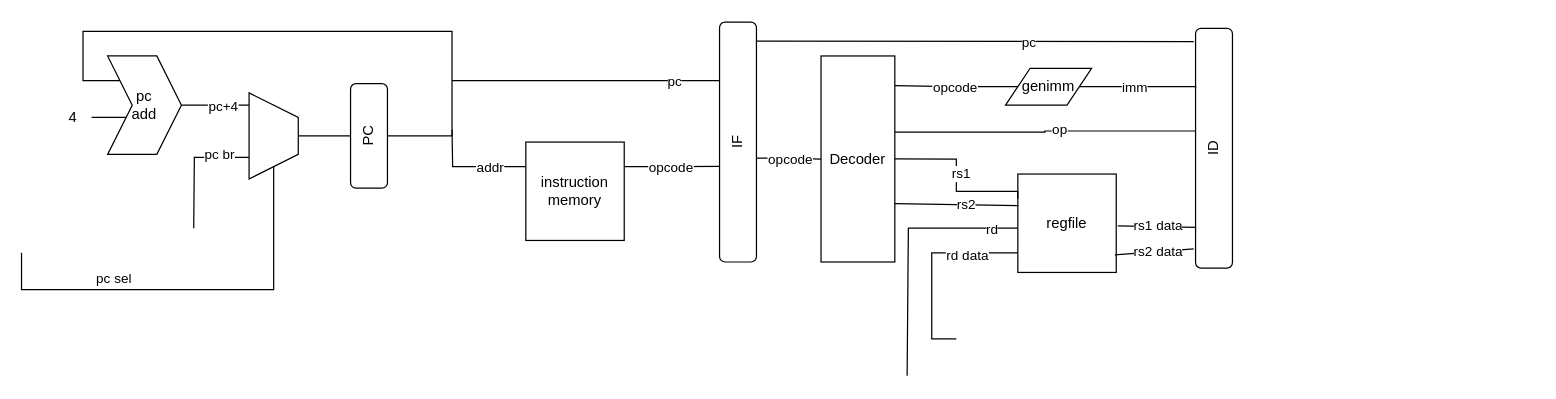
Above: pipeline.drawio in tomhaber/rvcpu (draw.io), before the change. Source tidied: cells renumbered, new cells numbered last; positions are measured from the earlier drawing's top-left corner, leaving out a move shared by most shapes. Both pictures are drawn from the tidied source at 123%, with x=0, y=0 at pixel (21, 31).
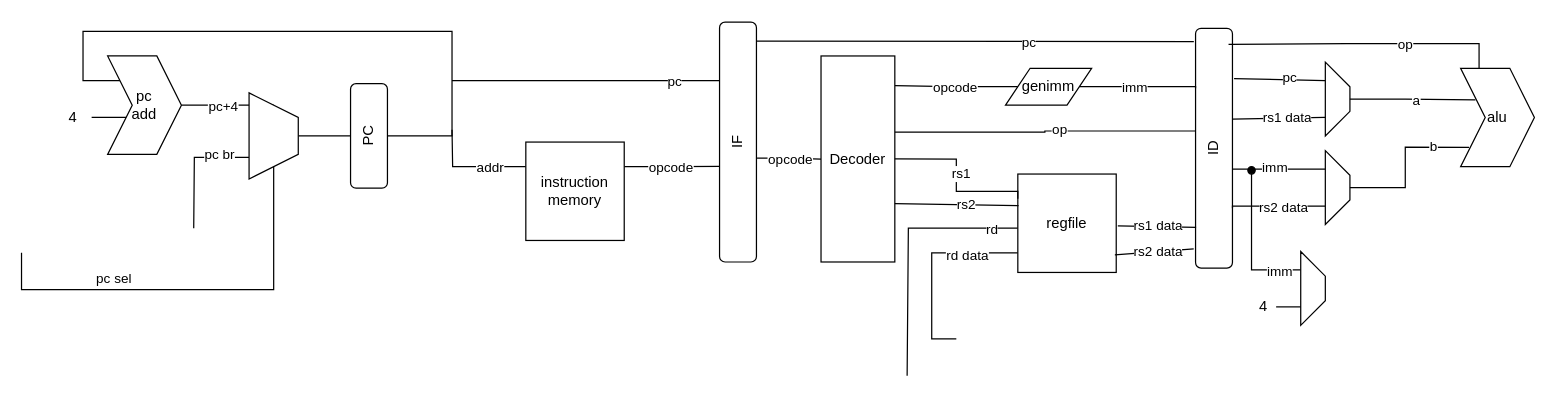
Above is the later version.

Commit message:
Update pipeline.drawio:alu start

Unchanged cells that the change refers to:
```xml
<mxCell id="37" value="ID" style="rounded=1;whiteSpace=wrap;html=1;rotation=-90;" parent="1" vertex="1">
  <mxGeometry x="872" y="80" width="195" height="30" as="geometry" />
</mxCell>
```

Change to the diagram source:
```diff
@@
+    <mxCell id="49" style="shape=trapezoid;perimeter=trapezoidPerimeter;whiteSpace=wrap;html=1;fixedSize=1;rotation=90;" parent="1" vertex="1">
+      <mxGeometry x="1040" y="45" width="60" height="20" as="geometry" />
+    </mxCell>
+    <mxCell id="50" style="endArrow=none;html=1;rounded=0;entryX=0.25;entryY=1;entryDx=0;entryDy=0;exitX=0.918;exitY=1.043;exitDx=0;exitDy=0;exitPerimeter=0;" parent="1" edge="1" target="49">
+      <mxGeometry relative="1" as="geometry">
+        <mxPoint x="985.8" y="38.5" as="sourcePoint" />
+      </mxGeometry>
+    </mxCell>
+    <mxCell id="51" value="pc" style="edgeLabel;html=1;align=center;verticalAlign=middle;" parent="50" vertex="1">
+      <mxGeometry x="0.22" y="2" relative="1" as="geometry" />
+    </mxCell>
+    <mxCell id="52" style="endArrow=none;html=1;rounded=0;entryX=0.75;entryY=1;entryDx=0;entryDy=0;exitX=0.75;exitY=1;exitDx=0;exitDy=0;" parent="1" edge="1" source="49">
+      <mxGeometry relative="1" as="geometry">
+        <mxPoint x="984.5" y="71.3" as="targetPoint" />
+      </mxGeometry>
+    </mxCell>
+    <mxCell id="53" value="rs1 data" style="edgeLabel;html=1;align=center;verticalAlign=middle;" parent="52" vertex="1">
+      <mxGeometry x="-0.15" y="1" relative="1" as="geometry">
+        <mxPoint y="-2" as="offset" />
+      </mxGeometry>
+    </mxCell>
+    <mxCell id="54" style="edgeStyle=orthogonalEdgeStyle;rounded=0;jettySize=auto;html=1;exitX=0.75;exitY=1;exitDx=0;exitDy=0;entryX=0.25;entryY=1;entryDx=0;entryDy=0;endArrow=none;endFill=0;" parent="1" edge="1" source="56" target="37">
+      <mxGeometry relative="1" as="geometry">
+        <Array as="points">
+          <mxPoint x="985" y="142" />
+        </Array>
+      </mxGeometry>
+    </mxCell>
+    <mxCell id="55" value="rs2 data" style="edgeLabel;html=1;align=center;verticalAlign=middle;" parent="54" vertex="1">
+      <mxGeometry x="-0.09" relative="1" as="geometry" />
+    </mxCell>
+    <mxCell id="56" style="shape=trapezoid;perimeter=trapezoidPerimeter;whiteSpace=wrap;html=1;fixedSize=1;rotation=90;" parent="1" vertex="1">
+      <mxGeometry x="1040" y="117" width="60" height="20" as="geometry" />
+    </mxCell>
+    <mxCell id="57" value="alu" style="shape=step;perimeter=stepPerimeter;whiteSpace=wrap;html=1;fixedSize=1;" parent="1" vertex="1">
+      <mxGeometry x="1170" y="30" width="60" height="80" as="geometry" />
+    </mxCell>
+    <mxCell id="58" style="edgeStyle=orthogonalEdgeStyle;rounded=0;jettySize=auto;html=1;exitX=0.25;exitY=0;exitDx=0;exitDy=0;entryX=0.933;entryY=0.894;entryDx=0;entryDy=0;entryPerimeter=0;endArrow=none;endFill=0;" parent="1" edge="1" source="57" target="37">
+      <mxGeometry relative="1" as="geometry" />
+    </mxCell>
+    <mxCell id="59" value="op" style="edgeLabel;html=1;align=center;verticalAlign=middle;" parent="58" vertex="1">
+      <mxGeometry x="-0.28" y="3" relative="1" as="geometry">
+        <mxPoint y="-3" as="offset" />
+      </mxGeometry>
+    </mxCell>
+    <mxCell id="60" style="edgeStyle=orthogonalEdgeStyle;rounded=0;jettySize=auto;html=1;exitX=0.5;exitY=0;exitDx=0;exitDy=0;entryX=0.201;entryY=0.321;entryDx=0;entryDy=0;entryPerimeter=0;endArrow=none;endFill=0;" parent="1" edge="1" source="49" target="57">
+      <mxGeometry relative="1" as="geometry" />
+    </mxCell>
+    <mxCell id="61" value="a" style="edgeLabel;html=1;align=center;verticalAlign=middle;" parent="60" vertex="1">
+      <mxGeometry x="0.05" relative="1" as="geometry" />
+    </mxCell>
+    <mxCell id="62" style="edgeStyle=orthogonalEdgeStyle;rounded=0;jettySize=auto;html=1;exitX=0.5;exitY=0;exitDx=0;exitDy=0;entryX=0.115;entryY=0.803;entryDx=0;entryDy=0;entryPerimeter=0;endArrow=none;endFill=0;" parent="1" edge="1" source="56" target="57">
+      <mxGeometry relative="1" as="geometry" />
+    </mxCell>
+    <mxCell id="63" value="b" style="edgeLabel;html=1;align=center;verticalAlign=middle;" parent="62" vertex="1">
+      <mxGeometry x="0.54" y="1" relative="1" as="geometry" />
+    </mxCell>
+    <mxCell id="64" style="edgeStyle=orthogonalEdgeStyle;rounded=0;jettySize=auto;html=1;exitX=0.25;exitY=1;exitDx=0;exitDy=0;entryX=0.413;entryY=0.993;entryDx=0;entryDy=0;entryPerimeter=0;endArrow=none;endFill=0;" parent="1" edge="1" source="56" target="37">
+      <mxGeometry relative="1" as="geometry" />
+    </mxCell>
+    <mxCell id="65" value="imm" style="edgeLabel;html=1;align=center;verticalAlign=middle;" parent="64" vertex="1">
+      <mxGeometry x="0.1" y="-1" relative="1" as="geometry" />
+    </mxCell>
+    <mxCell id="66" style="edgeStyle=orthogonalEdgeStyle;rounded=0;jettySize=auto;html=1;exitX=0.25;exitY=1;exitDx=0;exitDy=0;endArrow=oval;endFill=1;" parent="1" edge="1" source="68">
+      <mxGeometry relative="1" as="geometry">
+        <mxPoint x="1000" y="113" as="targetPoint" />
+        <Array as="points">
+          <mxPoint x="1000" y="194" />
+          <mxPoint x="1000" y="113" />
+        </Array>
+      </mxGeometry>
+    </mxCell>
+    <mxCell id="67" value="imm" style="edgeLabel;html=1;align=center;verticalAlign=middle;" parent="66" vertex="1">
+      <mxGeometry x="-0.76" y="4" relative="1" as="geometry">
+        <mxPoint x="-3" y="-4" as="offset" />
+      </mxGeometry>
+    </mxCell>
+    <mxCell id="68" style="shape=trapezoid;perimeter=trapezoidPerimeter;whiteSpace=wrap;html=1;fixedSize=1;rotation=90;" parent="1" vertex="1">
+      <mxGeometry x="1020" y="199" width="60" height="20" as="geometry" />
+    </mxCell>
+    <mxCell id="69" style="edgeStyle=orthogonalEdgeStyle;rounded=0;jettySize=auto;html=1;exitX=1;exitY=0.5;exitDx=0;exitDy=0;entryX=0.75;entryY=1;entryDx=0;entryDy=0;endArrow=none;endFill=0;" parent="1" edge="1" source="70" target="68">
+      <mxGeometry relative="1" as="geometry" />
+    </mxCell>
+    <mxCell id="70" value="4" style="text;html=1;strokeColor=none;fillColor=none;align=center;verticalAlign=middle;whiteSpace=wrap;rounded=0;" parent="1" vertex="1">
+      <mxGeometry x="1000" y="209" width="20" height="30" as="geometry" />
+    </mxCell>
```
